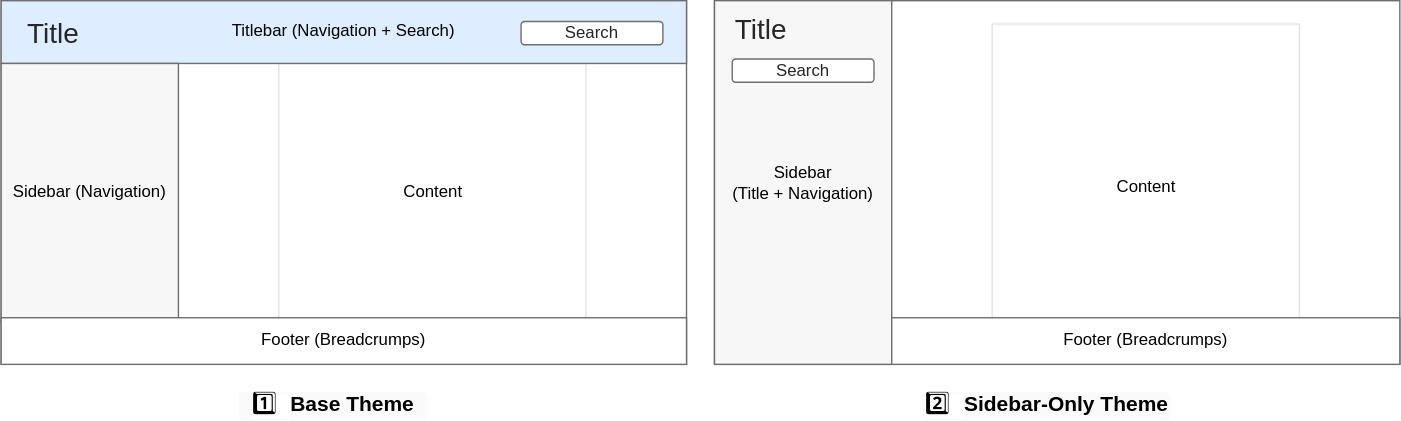
jothepro/doxygen-awesome-css keeps this draw.io diagram as img/theme-variants.drawio.svg. Above is the earlier version. Source tidied: cells renumbered, new cells last; positions are measured from the earlier drawing's top-left corner, leaving out a move shared by most shapes.
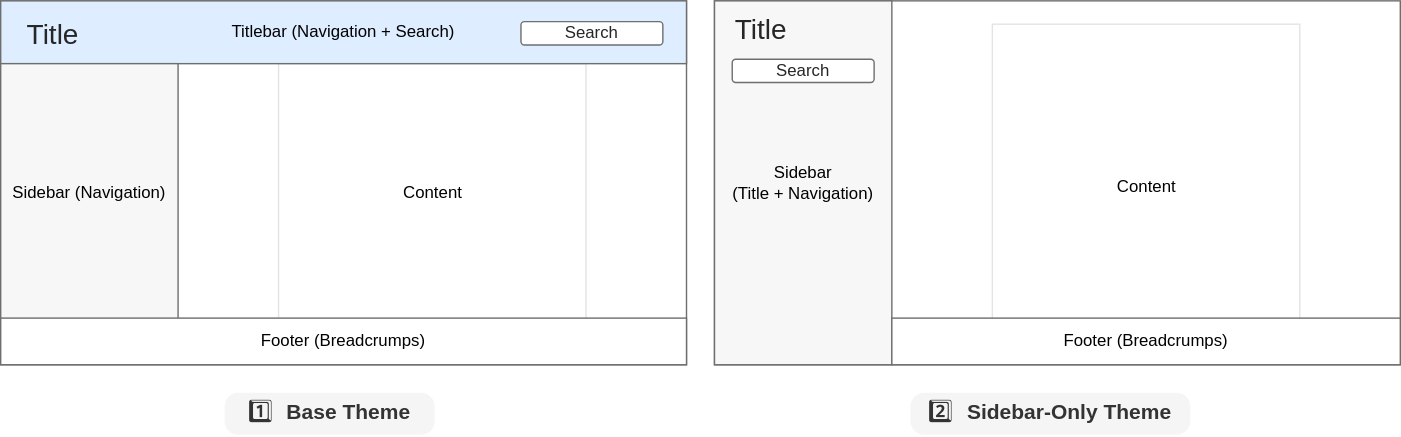
After the change.

Commit message:
fix rendering issues in README.md

Diff of the diagram source:
```diff
@@ -2,11 +2,11 @@
   <root>
     <mxCell id="0" />
     <mxCell id="1" parent="0" />
-    <mxCell id="2" value="&lt;span style=&quot;background-color: rgb(255, 255, 255); font-family: Menlo, Monaco, &amp;quot;Courier New&amp;quot;, monospace; font-weight: normal;&quot;&gt;&lt;font style=&quot;font-size: 16px;&quot;&gt;1️⃣&lt;/font&gt;&lt;/span&gt;&amp;nbsp;Base Theme" style="text;html=1;align=center;verticalAlign=middle;whiteSpace=wrap;rounded=1;fontSize=15;fontStyle=1;fillColor=#FAFAFA;fontColor=#000000;" parent="1" vertex="1">
-      <mxGeometry x="170" y="280" width="135" height="20" as="geometry" />
+    <mxCell id="2" value="&lt;span style=&quot;font-family: Menlo, Monaco, &amp;quot;Courier New&amp;quot;, monospace; font-weight: normal;&quot;&gt;&lt;font style=&quot;font-size: 16px;&quot;&gt;1️⃣&lt;/font&gt;&lt;/span&gt;&amp;nbsp;Base Theme" style="text;html=1;align=center;verticalAlign=middle;whiteSpace=wrap;rounded=1;fontSize=15;fontStyle=1;fillColor=#f5f5f5;fontColor=#333333;strokeColor=none;arcSize=32;" parent="1" vertex="1">
+      <mxGeometry x="160" y="280" width="150" height="30" as="geometry" />
     </mxCell>
-    <mxCell id="3" value="&lt;span style=&quot;background-color: rgb(255, 255, 255); font-family: Menlo, Monaco, &amp;quot;Courier New&amp;quot;, monospace; font-weight: normal;&quot;&gt;&lt;font style=&quot;font-size: 16px;&quot;&gt;2️⃣&lt;/font&gt;&lt;/span&gt;&amp;nbsp;Sidebar-Only Theme" style="text;html=1;strokeColor=none;align=center;verticalAlign=middle;whiteSpace=wrap;rounded=1;fontSize=15;fontStyle=1;fontColor=#000000;fillColor=#FAFAFA;" parent="1" vertex="1">
-      <mxGeometry x="658.8" y="280" width="177.5" height="20" as="geometry" />
+    <mxCell id="3" value="&lt;span style=&quot;font-family: Menlo, Monaco, &amp;quot;Courier New&amp;quot;, monospace; font-weight: normal;&quot;&gt;&lt;font style=&quot;font-size: 16px;&quot;&gt;2️⃣&lt;/font&gt;&lt;/span&gt;&amp;nbsp;Sidebar-Only Theme" style="text;html=1;strokeColor=none;align=center;verticalAlign=middle;whiteSpace=wrap;rounded=1;fontSize=15;fontStyle=1;fontColor=#333333;fillColor=#f5f5f5;arcSize=33;" parent="1" vertex="1">
+      <mxGeometry x="650" y="280" width="200" height="30" as="geometry" />
     </mxCell>
     <mxCell id="4" style="group;" parent="1" vertex="1">
       <mxGeometry x="510" width="490" height="260" as="geometry" />
@@ -29,7 +29,7 @@
     <mxCell id="10" value="&lt;font color=&quot;#262626&quot;&gt;Title&lt;/font&gt;" style="text;html=1;strokeColor=none;fillColor=none;align=left;verticalAlign=middle;whiteSpace=wrap;rounded=0;fontSize=20;" parent="4" vertex="1">
       <mxGeometry x="12.7" y="11.7" width="33.8" height="16.7" as="geometry" />
     </mxCell>
-    <mxCell id="11" style="group;rounded=0;arcSize=5;" parent="1" vertex="1">
+    <mxCell id="11" style="group;rounded=0;arcSize=8;" parent="1" vertex="1">
       <mxGeometry width="490" height="260" as="geometry" />
     </mxCell>
     <mxCell id="12" style="rounded=0;whiteSpace=wrap;html=1;strokeColor=#6E6E6E;glass=0;" parent="11" vertex="1">
```
